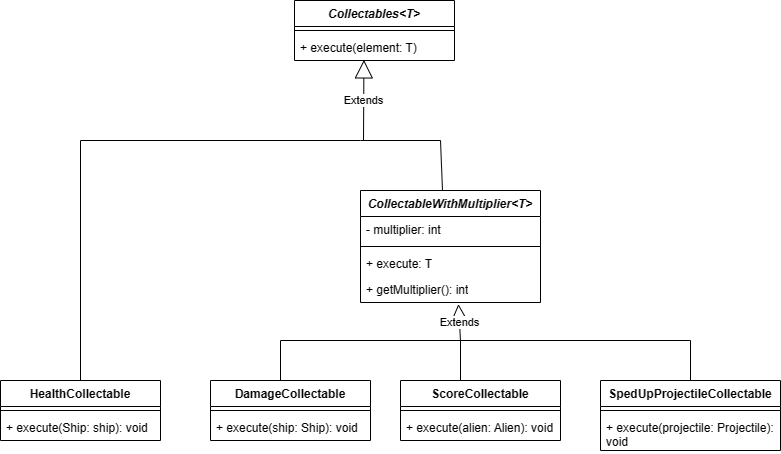
FEUP-LDTS-2023/project-l04gr03 keeps this draw.io diagram as docs/Images_UML/Command_Pattern.png. Above is the earlier version. Source tidied: cells renumbered, new cells last; positions are measured from the earlier drawing's top-left corner, leaving out a move shared by most shapes.
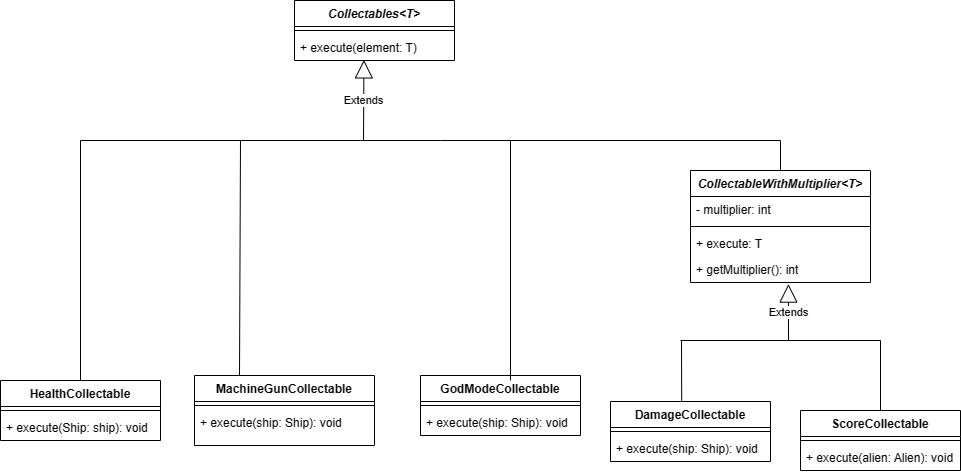
Above is the later version.

The edit, as a diff of the source:
```diff
@@ -12,7 +12,7 @@
       <mxGeometry y="34" width="160" height="26" as="geometry" />
     </mxCell>
     <mxCell id="5" value="DamageCollectable" style="swimlane;fontStyle=1;align=center;verticalAlign=top;horizontal=1;startSize=26;whiteSpace=wrap;html=1;" parent="1" vertex="1">
-      <mxGeometry x="210" y="380" width="160" height="60" as="geometry" />
+      <mxGeometry x="610" y="401" width="160" height="60" as="geometry" />
     </mxCell>
     <mxCell id="6" style="line;strokeWidth=1;fillColor=none;align=left;verticalAlign=middle;spacingTop=-1;spacingLeft=3;spacingRight=3;labelPosition=right;strokeColor=inherit;" parent="5" vertex="1">
       <mxGeometry y="26" width="160" height="8" as="geometry" />
@@ -30,7 +30,7 @@
       <mxGeometry y="34" width="160" height="26" as="geometry" />
     </mxCell>
     <mxCell id="11" value="ScoreCollectable" style="swimlane;fontStyle=1;align=center;verticalAlign=top;horizontal=1;startSize=26;whiteSpace=wrap;html=1;" parent="1" vertex="1">
-      <mxGeometry x="400" y="380" width="160" height="60" as="geometry" />
+      <mxGeometry x="800" y="410" width="160" height="60" as="geometry" />
     </mxCell>
     <mxCell id="12" style="line;strokeWidth=1;fillColor=none;align=left;verticalAlign=middle;spacingTop=-1;spacingLeft=3;spacingRight=3;labelPosition=right;strokeColor=inherit;" parent="11" vertex="1">
       <mxGeometry y="26" width="160" height="8" as="geometry" />
@@ -38,17 +38,17 @@
     <mxCell id="13" value="+ execute(alien: Alien): void" style="text;strokeColor=none;fillColor=none;align=left;verticalAlign=top;spacingLeft=4;spacingRight=4;overflow=hidden;whiteSpace=wrap;html=1;" parent="11" vertex="1">
       <mxGeometry y="34" width="160" height="26" as="geometry" />
     </mxCell>
-    <mxCell id="14" value="SpedUpProjectileCollectable" style="swimlane;fontStyle=1;align=center;verticalAlign=top;horizontal=1;startSize=26;whiteSpace=wrap;html=1;" parent="1" vertex="1">
-      <mxGeometry x="600" y="380" width="180" height="70" as="geometry" />
+    <mxCell id="14" value="MachineGunCollectable" style="swimlane;fontStyle=1;align=center;verticalAlign=top;horizontal=1;startSize=26;whiteSpace=wrap;html=1;" parent="1" vertex="1">
+      <mxGeometry x="194" y="375" width="180" height="70" as="geometry" />
     </mxCell>
     <mxCell id="15" style="line;strokeWidth=1;fillColor=none;align=left;verticalAlign=middle;spacingTop=-1;spacingLeft=3;spacingRight=3;labelPosition=right;strokeColor=inherit;" parent="14" vertex="1">
       <mxGeometry y="26" width="180" height="8" as="geometry" />
     </mxCell>
-    <mxCell id="16" value="+ execute(projectile: Projectile): void" style="text;strokeColor=none;fillColor=none;align=left;verticalAlign=top;spacingLeft=4;spacingRight=4;overflow=hidden;whiteSpace=wrap;html=1;" parent="14" vertex="1">
+    <mxCell id="16" value="+ execute(ship: Ship): void" style="text;strokeColor=none;fillColor=none;align=left;verticalAlign=top;spacingLeft=4;spacingRight=4;overflow=hidden;whiteSpace=wrap;html=1;" parent="14" vertex="1">
       <mxGeometry y="34" width="180" height="36" as="geometry" />
     </mxCell>
     <mxCell id="17" value="&lt;i&gt;CollectableWithMultiplier&amp;lt;T&amp;gt;&lt;/i&gt;" style="swimlane;fontStyle=1;align=center;verticalAlign=top;horizontal=1;startSize=26;whiteSpace=wrap;html=1;" parent="1" vertex="1">
-      <mxGeometry x="360" y="190" width="180" height="112" as="geometry" />
+      <mxGeometry x="690" y="170" width="180" height="112" as="geometry" />
     </mxCell>
     <mxCell id="18" value="- multiplier: int" style="text;strokeColor=none;fillColor=none;align=left;verticalAlign=top;spacingLeft=4;spacingRight=4;overflow=hidden;whiteSpace=wrap;html=1;" parent="17" vertex="1">
       <mxGeometry y="26" width="180" height="26" as="geometry" />
@@ -79,49 +79,62 @@
         <mxPoint x="440" y="140" as="targetPoint" />
       </mxGeometry>
     </mxCell>
-    <mxCell id="25" style="endArrow=none;html=1;rounded=0;" parent="1" edge="1">
-      <mxGeometry relative="1" as="geometry">
-        <mxPoint x="442" y="190" as="sourcePoint" />
-        <mxPoint x="440" y="140" as="targetPoint" />
-      </mxGeometry>
-    </mxCell>
     <mxCell id="26" style="endArrow=none;html=1;rounded=0;exitX=0.5;exitY=0;exitDx=0;exitDy=0;" parent="1" edge="1" source="8">
       <mxGeometry relative="1" as="geometry">
         <mxPoint x="80" y="140" as="targetPoint" />
       </mxGeometry>
     </mxCell>
-    <mxCell id="27" style="endArrow=none;html=1;rounded=0;" parent="1" edge="1">
-      <mxGeometry relative="1" as="geometry">
-        <mxPoint x="280" y="340" as="sourcePoint" />
-        <mxPoint x="460" y="340" as="targetPoint" />
-      </mxGeometry>
-    </mxCell>
-    <mxCell id="28" style="endArrow=none;html=1;rounded=0;" parent="1" edge="1">
-      <mxGeometry relative="1" as="geometry">
-        <mxPoint x="280" y="380" as="sourcePoint" />
-        <mxPoint x="280" y="340" as="targetPoint" />
-      </mxGeometry>
-    </mxCell>
-    <mxCell id="29" style="endArrow=none;html=1;rounded=0;exitX=0.375;exitY=0;exitDx=0;exitDy=0;exitPerimeter=0;" parent="1" edge="1" source="11">
-      <mxGeometry relative="1" as="geometry">
-        <mxPoint x="460" y="340" as="targetPoint" />
-      </mxGeometry>
-    </mxCell>
-    <mxCell id="30" style="endArrow=none;html=1;rounded=0;" parent="1" edge="1">
-      <mxGeometry relative="1" as="geometry">
-        <mxPoint x="460" y="340" as="sourcePoint" />
-        <mxPoint x="690" y="340" as="targetPoint" />
-      </mxGeometry>
-    </mxCell>
-    <mxCell id="31" style="endArrow=none;html=1;rounded=0;entryX=0.5;entryY=0;entryDx=0;entryDy=0;" parent="1" edge="1" target="14">
-      <mxGeometry relative="1" as="geometry">
-        <mxPoint x="690" y="340" as="sourcePoint" />
-      </mxGeometry>
-    </mxCell>
     <mxCell id="32" value="Extends" style="endArrow=block;endSize=16;endFill=0;html=1;rounded=0;entryX=0.544;entryY=1.062;entryDx=0;entryDy=0;entryPerimeter=0;" parent="1" edge="1" target="21">
       <mxGeometry relative="1" as="geometry">
-        <mxPoint x="460" y="340" as="sourcePoint" />
+        <mxPoint x="788" y="340" as="sourcePoint" />
       </mxGeometry>
     </mxCell>
+    <mxCell id="33" value="GodModeCollectable" style="swimlane;fontStyle=1;align=center;verticalAlign=top;horizontal=1;startSize=26;whiteSpace=wrap;html=1;" parent="1" vertex="1">
+      <mxGeometry x="420" y="375" width="160" height="60" as="geometry" />
+    </mxCell>
+    <mxCell id="34" style="line;strokeWidth=1;fillColor=none;align=left;verticalAlign=middle;spacingTop=-1;spacingLeft=3;spacingRight=3;labelPosition=right;strokeColor=inherit;" parent="33" vertex="1">
+      <mxGeometry y="26" width="160" height="8" as="geometry" />
+    </mxCell>
+    <mxCell id="35" value="+ execute(ship: Ship): void&amp;nbsp;" style="text;strokeColor=none;fillColor=none;align=left;verticalAlign=top;spacingLeft=4;spacingRight=4;overflow=hidden;whiteSpace=wrap;html=1;" parent="33" vertex="1">
+      <mxGeometry y="34" width="160" height="26" as="geometry" />
+    </mxCell>
+    <mxCell id="36" style="endArrow=none;html=1;rounded=0;" parent="1" edge="1">
+      <mxGeometry relative="1" as="geometry">
+        <mxPoint x="680" y="340" as="sourcePoint" />
+        <mxPoint x="880" y="340" as="targetPoint" />
+      </mxGeometry>
+    </mxCell>
+    <mxCell id="37" style="endArrow=none;html=1;rounded=0;entryX=0.445;entryY=-0.013;entryDx=0;entryDy=0;entryPerimeter=0;" parent="1" edge="1" target="5">
+      <mxGeometry relative="1" as="geometry">
+        <mxPoint x="681" y="340" as="sourcePoint" />
+      </mxGeometry>
+    </mxCell>
+    <mxCell id="38" style="endArrow=none;html=1;rounded=0;entryX=0.5;entryY=0;entryDx=0;entryDy=0;" parent="1" edge="1" target="11">
+      <mxGeometry relative="1" as="geometry">
+        <mxPoint x="880" y="340" as="sourcePoint" />
+      </mxGeometry>
+    </mxCell>
+    <mxCell id="39" style="endArrow=none;html=1;rounded=0;" parent="1" edge="1">
+      <mxGeometry relative="1" as="geometry">
+        <mxPoint x="440" y="140" as="sourcePoint" />
+        <mxPoint x="780" y="140" as="targetPoint" />
+      </mxGeometry>
+    </mxCell>
+    <mxCell id="40" style="endArrow=none;html=1;rounded=0;exitX=0.5;exitY=0;exitDx=0;exitDy=0;" parent="1" edge="1" source="17">
+      <mxGeometry relative="1" as="geometry">
+        <mxPoint x="780" y="140" as="targetPoint" />
+      </mxGeometry>
+    </mxCell>
+    <mxCell id="41" style="endArrow=none;html=1;rounded=0;exitX=0.25;exitY=0;exitDx=0;exitDy=0;" parent="1" edge="1" source="14">
+      <mxGeometry relative="1" as="geometry">
+        <mxPoint x="240" y="140" as="targetPoint" />
+      </mxGeometry>
+    </mxCell>
+    <mxCell id="42" style="endArrow=none;html=1;rounded=0;" parent="1" edge="1">
+      <mxGeometry relative="1" as="geometry">
+        <mxPoint x="510" y="380" as="sourcePoint" />
+        <mxPoint x="510" y="140" as="targetPoint" />
+      </mxGeometry>
+    </mxCell>
   </root>
 </mxGraphModel>
```
